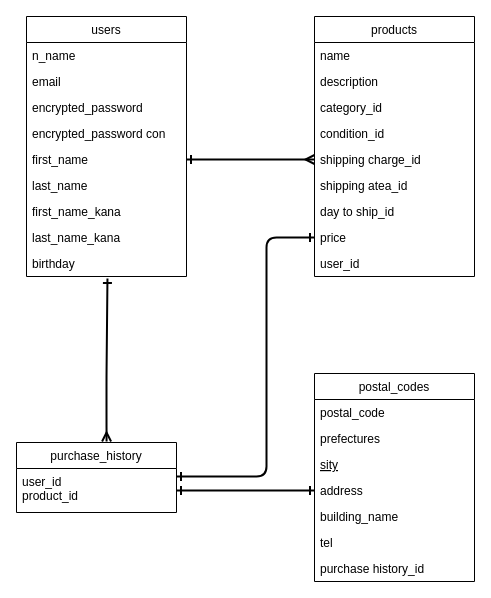
ginia3150/furima-35719 keeps this draw.io diagram as furima.dio. Above is the earlier version. Source tidied: cells renumbered, new cells numbered last; positions are measured from the earlier drawing's top-left corner, leaving out a move shared by most shapes. Both pictures are drawn from the tidied source at 100%, with x=0, y=0 at pixel (16, 16).
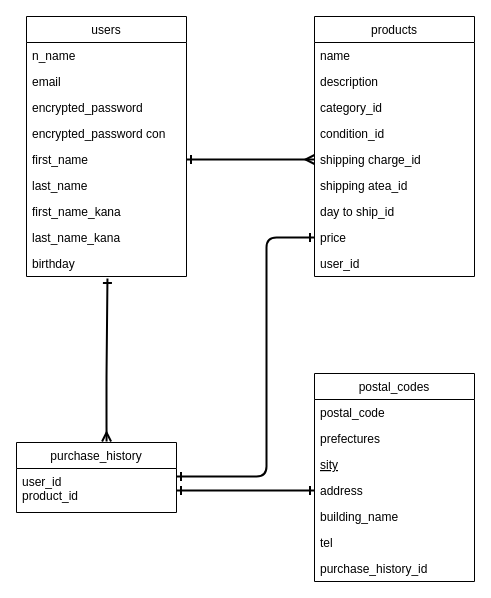
After the change.

The change refers to these unchanged cells:
```xml
<mxCell id="12" value="postal_codes" style="swimlane;fontStyle=0;align=center;verticalAlign=top;horizontal=1;startSize=26;rounded=0;shadow=0;strokeWidth=1;" parent="1" vertex="1">
  <mxGeometry x="298" y="357" width="160" height="208" as="geometry" />
</mxCell>
```

The edit, as a diff of the source:
```diff
@@
-    <mxCell id="19" value="purchase history_id" style="text;align=left;verticalAlign=top;spacingLeft=4;spacingRight=4;overflow=hidden;" parent="12" vertex="1">
+    <mxCell id="19" value="purchase_history_id" style="text;align=left;verticalAlign=top;spacingLeft=4;spacingRight=4;overflow=hidden;" parent="12" vertex="1">
       <mxGeometry y="182" width="160" height="26" as="geometry" />
     </mxCell>
```
